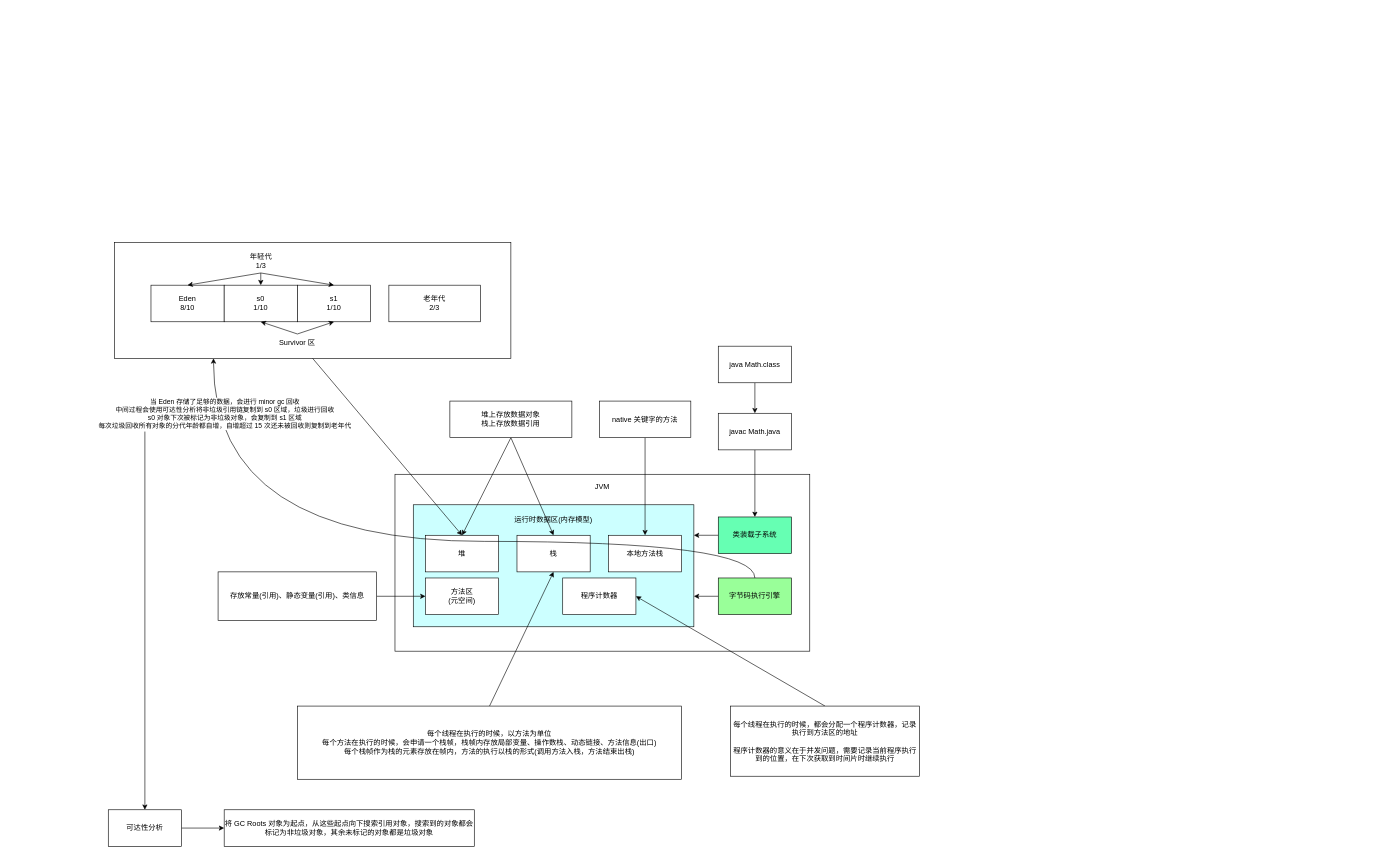
The draw.io diagram page "内存结构" (1 of 2) of Java/JVM.drawio in wubinglong9716/NoteBook, before the edit. Source tidied: cells renumbered, new cells numbered last; positions are measured from the earlier drawing's top-left corner, leaving out a move shared by most shapes. Both pictures are drawn from the tidied source at 61%, with x=0, y=0 at pixel (108, 242).
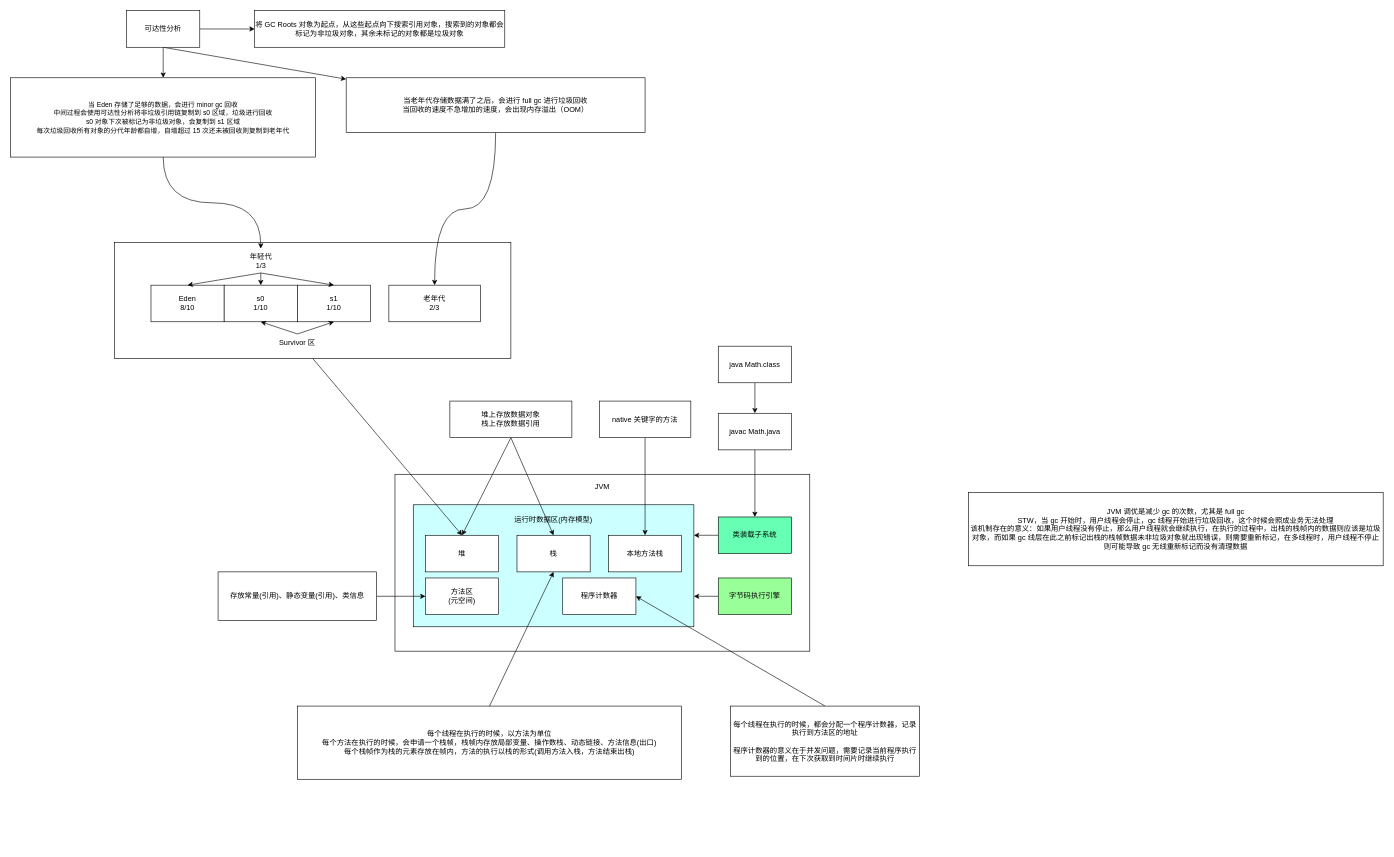
Above is the later version.

The change refers to these unchanged cells:
```xml
<mxCell id="2" style="rounded=0;whiteSpace=wrap;html=1;fillColor=#FFFFFF;" parent="1" vertex="1">
  <mxGeometry x="10" width="650" height="190" as="geometry" />
</mxCell>
<mxCell id="21" value="字节码执行引擎" style="rounded=0;whiteSpace=wrap;html=1;fillColor=#99FF99;" parent="1" vertex="1">
  <mxGeometry x="1000" y="550" width="120" height="60" as="geometry" />
</mxCell>
<mxCell id="37" value="老年代&lt;br&gt;2/3" style="rounded=0;whiteSpace=wrap;html=1;fillColor=#FFFFFF;" parent="1" vertex="1">
  <mxGeometry x="460" y="70" width="150" height="60" as="geometry" />
</mxCell>
<mxCell id="41" value="年轻代&lt;br&gt;1/3" style="text;html=1;strokeColor=none;fillColor=none;align=center;verticalAlign=middle;whiteSpace=wrap;rounded=0;" parent="1" vertex="1">
  <mxGeometry x="222.5" y="10" width="55" height="40" as="geometry" />
</mxCell>
```

Change to the diagram source:
```diff
@@
-    <mxCell id="19" style="edgeStyle=orthogonalEdgeStyle;curved=1;rounded=0;jettySize=auto;html=1;exitX=0.5;exitY=0;exitDx=0;exitDy=0;entryX=0.25;entryY=1;entryDx=0;entryDy=0;" parent="1" edge="1" source="21" target="2">
-      <mxGeometry relative="1" as="geometry">
-        <Array as="points">
-          <mxPoint x="1060" y="490" />
-          <mxPoint x="173" y="490" />
-        </Array>
-      </mxGeometry>
-    </mxCell>
-    <mxCell id="20" value="当 Eden 存储了足够的数据，会进行 minor gc 回收&lt;br&gt;中间过程会使用可达性分析将非垃圾引用链复制到 s0 区域，垃圾进行回收&lt;br&gt;s0 对象下次被标记为非垃圾对象，会复制到 s1 区域&lt;br&gt;每次垃圾回收所有对象的分代年龄都自增，自增超过 15 次还未被回收则复制到老年代" style="edgeLabel;html=1;align=center;verticalAlign=middle;points=[];" parent="19" vertex="1">
-      <mxGeometry x="0.86" y="-28" relative="1" as="geometry">
-        <mxPoint x="-10" y="3" as="offset" />
-      </mxGeometry>
-    </mxCell>
@@
+    <mxCell id="49" style="edgeStyle=orthogonalEdgeStyle;curved=1;rounded=0;jettySize=auto;html=1;exitX=0.5;exitY=1;exitDx=0;exitDy=0;" parent="1" edge="1" source="20" target="41">
+      <mxGeometry relative="1" as="geometry" />
+    </mxCell>
+    <mxCell id="20" value="&lt;span style=&quot;font-size: 11px ; background-color: rgb(255 , 255 , 255)&quot;&gt;当 Eden 存储了足够的数据，会进行 minor gc 回收&lt;/span&gt;&lt;br style=&quot;font-size: 11px&quot;&gt;&lt;span style=&quot;font-size: 11px ; background-color: rgb(255 , 255 , 255)&quot;&gt;中间过程会使用可达性分析将非垃圾引用链复制到 s0 区域，垃圾进行回收&lt;/span&gt;&lt;br style=&quot;font-size: 11px&quot;&gt;&lt;span style=&quot;font-size: 11px ; background-color: rgb(255 , 255 , 255)&quot;&gt;s0 对象下次被标记为非垃圾对象，会复制到 s1 区域&lt;/span&gt;&lt;br style=&quot;font-size: 11px&quot;&gt;&lt;span style=&quot;font-size: 11px ; background-color: rgb(255 , 255 , 255)&quot;&gt;每次垃圾回收所有对象的分代年龄都自增，自增超过 15 次还未被回收则复制到老年代&lt;/span&gt;" style="rounded=0;whiteSpace=wrap;html=1;" parent="1" vertex="1">
+      <mxGeometry x="-160" y="-270" width="500" height="130" as="geometry" />
+    </mxCell>
+    <mxCell id="50" style="edgeStyle=orthogonalEdgeStyle;curved=1;rounded=0;jettySize=auto;html=1;exitX=0.5;exitY=1;exitDx=0;exitDy=0;" parent="1" edge="1" source="51" target="37">
+      <mxGeometry relative="1" as="geometry" />
+    </mxCell>
+    <mxCell id="51" value="当老年代存储数据满了之后，会进行 full gc 进行垃圾回收&lt;br&gt;当回收的速度不急增加的速度，会出现内存溢出（OOM）" style="rounded=0;whiteSpace=wrap;html=1;" parent="1" vertex="1">
+      <mxGeometry x="390" y="-270" width="490" height="90" as="geometry" />
+    </mxCell>
@@
+    <mxCell id="52" style="edgeStyle=orthogonalEdgeStyle;curved=1;rounded=0;jettySize=auto;html=1;exitX=0.5;exitY=1;exitDx=0;exitDy=0;entryX=0.5;entryY=0;entryDx=0;entryDy=0;" parent="1" edge="1" source="46" target="20">
+      <mxGeometry relative="1" as="geometry" />
+    </mxCell>
+    <mxCell id="53" style="rounded=0;jettySize=auto;html=1;exitX=0.5;exitY=1;exitDx=0;exitDy=0;" parent="1" edge="1" source="46" target="51">
+      <mxGeometry relative="1" as="geometry" />
+    </mxCell>
     <mxCell id="46" value="可达性分析" style="rounded=0;whiteSpace=wrap;html=1;fillColor=#FFFFFF;" parent="1" vertex="1">
-      <mxGeometry y="930" width="120" height="60" as="geometry" />
+      <mxGeometry x="30" y="-380" width="120" height="60" as="geometry" />
     </mxCell>
     <mxCell id="47" value="将 GC Roots 对象为起点，从这些起点向下搜索引用对象，搜索到的对象都会标记为非垃圾对象，其余未标记的对象都是垃圾对象" style="rounded=0;whiteSpace=wrap;html=1;fillColor=#FFFFFF;" parent="1" vertex="1">
-      <mxGeometry x="190" y="930" width="410" height="60" as="geometry" />
+      <mxGeometry x="240" y="-380" width="410" height="60" as="geometry" />
     </mxCell>
-    <mxCell id="48" style="endArrow=classic;html=1;entryX=0.5;entryY=0;entryDx=0;entryDy=0;" parent="1" edge="1" target="46">
-      <mxGeometry relative="1" as="geometry">
-        <mxPoint x="60" y="310" as="sourcePoint" />
-      </mxGeometry>
-    </mxCell>
+    <mxCell id="54" value="JVM 调优是减少 gc 的次数，尤其是 full gc&lt;br&gt;STW，当 gc 开始时，用户线程会停止，gc 线程开始进行垃圾回收，这个时候会照成业务无法处理&lt;br&gt;该机制存在的意义：如果用户线程没有停止，那么用户线程就会继续执行，在执行的过程中，出栈的栈帧内的数据则应该是垃圾对象，而如果 gc 线层在此之前标记出栈的栈帧数据未非垃圾对象就出现错误，则需要重新标记，在多线程时，用户线程不停止则可能导致 gc 无线重新标记而没有清理数据" style="rounded=0;whiteSpace=wrap;html=1;" parent="1" vertex="1">
+      <mxGeometry x="1410" y="410" width="680" height="120" as="geometry" />
+    </mxCell>
```
